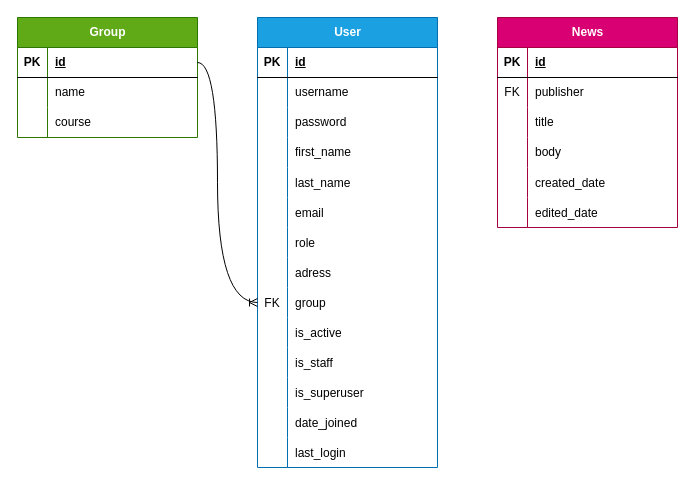
This is ER.drawio from on3ginnn/almetMedCollege, a draw.io file, before an edit. Source tidied: cells renumbered, new cells numbered last; positions are measured from the earlier drawing's top-left corner, leaving out a move shared by most shapes. Both pictures are drawn from the tidied source at 100%, with x=0, y=0 at pixel (17, 17).
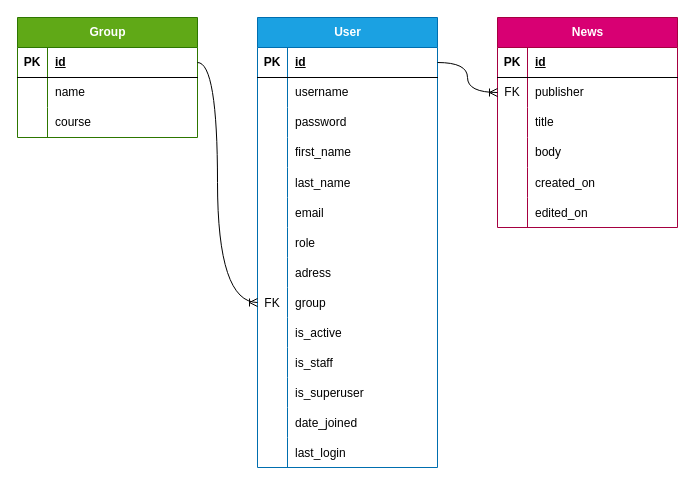
The same page after the edit.

The change refers to these unchanged cells:
```xml
<mxCell id="3" style="shape=tableRow;horizontal=0;startSize=0;swimlaneHead=0;swimlaneBody=0;fillColor=none;points=[[0,0.5],[1,0.5]];portConstraint=eastwest;top=0;left=0;right=0;bottom=1;" parent="2" vertex="1">
  <mxGeometry y="30" width="180" height="30" as="geometry" />
</mxCell>
<mxCell id="60" style="shape=tableRow;horizontal=0;startSize=0;swimlaneHead=0;swimlaneBody=0;fillColor=none;points=[[0,0.5],[1,0.5]];portConstraint=eastwest;top=0;left=0;right=0;bottom=0;" parent="56" vertex="1">
  <mxGeometry y="60" width="180" height="30" as="geometry" />
</mxCell>
<mxCell id="69" style="shape=tableRow;horizontal=0;startSize=0;swimlaneHead=0;swimlaneBody=0;fillColor=none;top=0;left=0;right=0;bottom=0;" parent="56" vertex="1">
  <mxGeometry y="150" width="180" height="30" as="geometry" />
</mxCell>
<mxCell id="72" style="shape=tableRow;horizontal=0;startSize=0;swimlaneHead=0;swimlaneBody=0;fillColor=none;top=0;left=0;right=0;bottom=0;" parent="56" vertex="1">
  <mxGeometry y="180" width="180" height="30" as="geometry" />
</mxCell>
```

The edit, as a diff of the source:
```diff
@@
-    <mxCell id="71" value="created_date" style="shape=partialRectangle;fillColor=none;top=0;left=0;bottom=0;right=0;align=left;spacingLeft=6;overflow=hidden;" parent="69" vertex="1">
+    <mxCell id="71" value="created_on" style="shape=partialRectangle;fillColor=none;top=0;left=0;bottom=0;right=0;align=left;spacingLeft=6;overflow=hidden;" parent="69" vertex="1">
       <mxGeometry x="30" width="150" height="30" as="geometry" />
     </mxCell>
@@
-    <mxCell id="74" value="edited_date" style="shape=partialRectangle;fillColor=none;top=0;left=0;bottom=0;right=0;align=left;spacingLeft=6;overflow=hidden;" parent="72" vertex="1">
+    <mxCell id="74" value="edited_on" style="shape=partialRectangle;fillColor=none;top=0;left=0;bottom=0;right=0;align=left;spacingLeft=6;overflow=hidden;" parent="72" vertex="1">
       <mxGeometry x="30" width="150" height="30" as="geometry" />
     </mxCell>
+    <mxCell id="75" style="edgeStyle=orthogonalEdgeStyle;fontSize=12;html=1;endArrow=ERoneToMany;rounded=0;exitX=1;exitY=0.5;exitDx=0;exitDy=0;entryX=0;entryY=0.5;entryDx=0;entryDy=0;curved=1;" parent="1" edge="1" source="3" target="60">
+      <mxGeometry relative="1" as="geometry" />
+    </mxCell>
```
